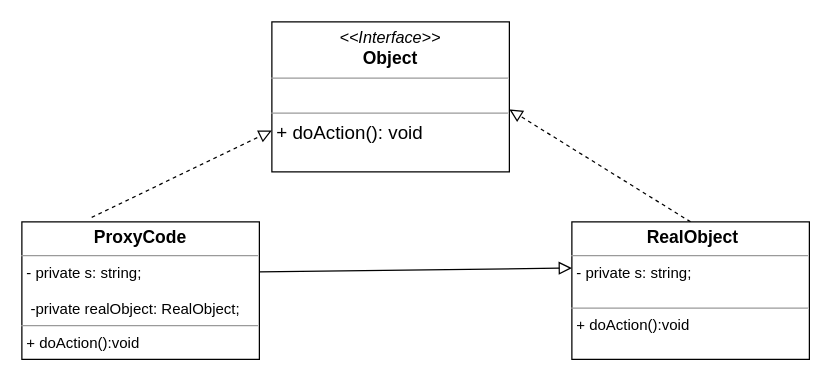
Above: structural/proxy/proxy.drawio in MaksShadows/Patterns (draw.io), before the change. Source tidied: cells renumbered, new cells numbered last; positions are measured from the earlier drawing's top-left corner, leaving out a move shared by most shapes. Both pictures are drawn from the tidied source at 125%, with x=0, y=0 at pixel (21, 21).
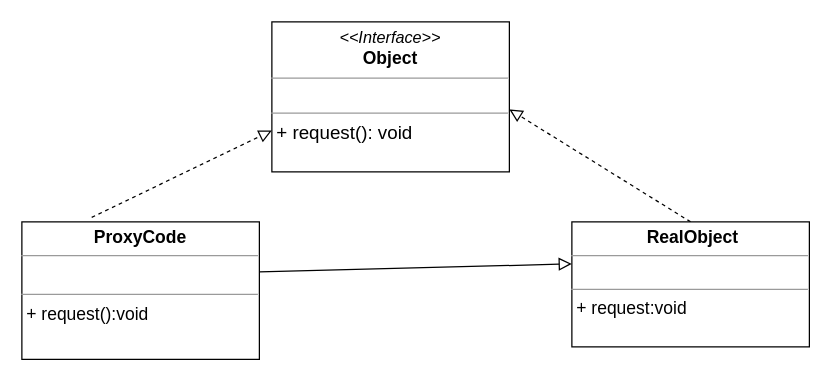
Above is the later version.

The edit, as a diff of the source:
```diff
@@
 <mxGraphModel>
   <root>
     <mxCell id="0" />
     <mxCell id="1" parent="0" />
-    <mxCell id="2" value="&lt;p style=&quot;margin: 0px ; margin-top: 4px ; text-align: center&quot;&gt;&lt;b&gt;&lt;font style=&quot;font-size: 14px&quot;&gt;ProxyCode&lt;/font&gt;&lt;/b&gt;&lt;br&gt;&lt;/p&gt;&lt;hr size=&quot;1&quot;&gt;&lt;p style=&quot;margin: 0px ; margin-left: 4px&quot;&gt;-&amp;nbsp;&lt;span&gt;private s: string;&lt;/span&gt;&lt;/p&gt;&lt;p style=&quot;margin: 0px ; margin-left: 4px&quot;&gt;&lt;span&gt;&lt;br&gt;&lt;/span&gt;&lt;/p&gt;&lt;p style=&quot;margin: 0px ; margin-left: 4px&quot;&gt;&lt;span&gt;&amp;nbsp;-private realObject: RealObject;&lt;br&gt;&lt;/span&gt;&lt;/p&gt;&lt;hr size=&quot;1&quot;&gt;&lt;p style=&quot;margin: 0px ; margin-left: 4px&quot;&gt;+&amp;nbsp;doAction():void&lt;/p&gt;" style="verticalAlign=top;align=left;overflow=fill;fontSize=12;fontFamily=Helvetica;html=1;" parent="1" vertex="1">
+    <mxCell id="2" value="&lt;p style=&quot;margin: 0px ; margin-top: 4px ; text-align: center&quot;&gt;&lt;b&gt;&lt;font style=&quot;font-size: 14px&quot;&gt;ProxyCode&lt;/font&gt;&lt;/b&gt;&lt;br&gt;&lt;/p&gt;&lt;hr size=&quot;1&quot;&gt;&lt;p style=&quot;margin: 0px ; margin-left: 4px&quot;&gt;&lt;/p&gt;&lt;font style=&quot;font-size: 14px&quot;&gt;&lt;br&gt;&lt;/font&gt;&lt;hr size=&quot;1&quot; style=&quot;font-size: 14px&quot;&gt;&lt;p style=&quot;margin: 0px ; margin-left: 4px&quot;&gt;&lt;font style=&quot;font-size: 14px&quot;&gt;+ request():void&lt;/font&gt;&lt;/p&gt;" style="verticalAlign=top;align=left;overflow=fill;fontSize=12;fontFamily=Helvetica;html=1;" parent="1" vertex="1">
       <mxGeometry y="160" width="190" height="110" as="geometry" />
     </mxCell>
     <mxCell id="3" style="endArrow=block;startArrow=none;endFill=0;startFill=0;endSize=8;html=1;verticalAlign=bottom;dashed=1;labelBackgroundColor=none;exitX=0.294;exitY=-0.033;exitDx=0;exitDy=0;exitPerimeter=0;entryX=0;entryY=0.588;entryDx=0;entryDy=0;entryPerimeter=0;" parent="1" edge="1" source="2">
       <mxGeometry relative="1" as="geometry">
         <mxPoint x="200" y="87" as="targetPoint" />
       </mxGeometry>
     </mxCell>
     <mxCell id="4" style="endArrow=block;startArrow=none;endFill=0;startFill=0;endSize=8;html=1;verticalAlign=bottom;dashed=1;labelBackgroundColor=none;exitX=0.5;exitY=0;exitDx=0;exitDy=0;entryX=1;entryY=0.5;entryDx=0;entryDy=0;" parent="1" edge="1" source="5">
       <mxGeometry relative="1" as="geometry">
         <mxPoint x="390" y="70" as="targetPoint" />
       </mxGeometry>
     </mxCell>
-    <mxCell id="5" value="&lt;p style=&quot;margin: 0px ; margin-top: 4px ; text-align: center&quot;&gt;&lt;span style=&quot;font-size: 14px&quot;&gt;&lt;b&gt;&amp;nbsp;RealObject&lt;/b&gt;&lt;/span&gt;&lt;br&gt;&lt;/p&gt;&lt;hr size=&quot;1&quot;&gt;&lt;p style=&quot;margin: 0px ; margin-left: 4px&quot;&gt;-&amp;nbsp;&lt;span&gt;private s: string;&lt;/span&gt;&lt;/p&gt;&lt;p style=&quot;margin: 0px ; margin-left: 4px&quot;&gt;&lt;br&gt;&lt;/p&gt;&lt;hr size=&quot;1&quot;&gt;&lt;p style=&quot;margin: 0px ; margin-left: 4px&quot;&gt;+&amp;nbsp;doAction():void&lt;/p&gt;" style="verticalAlign=top;align=left;overflow=fill;fontSize=12;fontFamily=Helvetica;html=1;" parent="1" vertex="1">
-      <mxGeometry x="440" y="160" width="190" height="110" as="geometry" />
+    <mxCell id="5" value="&lt;p style=&quot;margin: 0px ; margin-top: 4px ; text-align: center&quot;&gt;&lt;span style=&quot;font-size: 14px&quot;&gt;&lt;b&gt;&amp;nbsp;RealObject&lt;/b&gt;&lt;/span&gt;&lt;br&gt;&lt;/p&gt;&lt;hr size=&quot;1&quot;&gt;&lt;p style=&quot;margin: 0px ; margin-left: 4px&quot;&gt;&lt;br&gt;&lt;/p&gt;&lt;hr size=&quot;1&quot;&gt;&lt;p style=&quot;margin: 0px ; margin-left: 4px&quot;&gt;&lt;font style=&quot;font-size: 14px&quot;&gt;+ request:void&lt;/font&gt;&lt;/p&gt;" style="verticalAlign=top;align=left;overflow=fill;fontSize=12;fontFamily=Helvetica;html=1;" parent="1" vertex="1">
+      <mxGeometry x="440" y="160" width="190" height="100" as="geometry" />
     </mxCell>
-    <mxCell id="6" value="&lt;p style=&quot;margin: 4px 0px 0px ; text-align: center ; font-size: 14px&quot;&gt;&lt;i style=&quot;font-size: 13px&quot;&gt;&amp;lt;&amp;lt;Interface&amp;gt;&amp;gt;&lt;/i&gt;&lt;br&gt;&lt;b&gt;Object&lt;/b&gt;&lt;/p&gt;&lt;hr size=&quot;1&quot; style=&quot;font-size: 14px&quot;&gt;&lt;p style=&quot;margin: 0px ; margin-left: 4px&quot;&gt;&lt;br&gt;&lt;/p&gt;&lt;hr size=&quot;1&quot;&gt;&lt;p style=&quot;margin: 0px 0px 0px 4px&quot;&gt;&lt;font style=&quot;font-size: 15px&quot;&gt;+ doAction(): void&lt;/font&gt;&lt;br&gt;&lt;/p&gt;" style="verticalAlign=top;align=left;overflow=fill;fontSize=12;fontFamily=Helvetica;html=1;" parent="1" vertex="1">
+    <mxCell id="6" value="&lt;p style=&quot;margin: 4px 0px 0px ; text-align: center ; font-size: 14px&quot;&gt;&lt;i style=&quot;font-size: 13px&quot;&gt;&amp;lt;&amp;lt;Interface&amp;gt;&amp;gt;&lt;/i&gt;&lt;br&gt;&lt;b&gt;Object&lt;/b&gt;&lt;/p&gt;&lt;hr size=&quot;1&quot; style=&quot;font-size: 14px&quot;&gt;&lt;p style=&quot;margin: 0px ; margin-left: 4px&quot;&gt;&lt;br&gt;&lt;/p&gt;&lt;hr size=&quot;1&quot;&gt;&lt;p style=&quot;margin: 0px 0px 0px 4px&quot;&gt;&lt;font style=&quot;font-size: 15px&quot;&gt;+ request(): void&lt;/font&gt;&lt;br&gt;&lt;/p&gt;" style="verticalAlign=top;align=left;overflow=fill;fontSize=12;fontFamily=Helvetica;html=1;" parent="1" vertex="1">
       <mxGeometry x="200" width="190" height="120" as="geometry" />
     </mxCell>
     <mxCell id="7" style="endArrow=block;html=1;rounded=0;align=center;verticalAlign=bottom;endFill=0;labelBackgroundColor=none;endSize=8;entryX=0;entryY=0.336;entryDx=0;entryDy=0;entryPerimeter=0;" parent="1" edge="1" target="5">
       <mxGeometry x="-0.62" y="-60" relative="1" as="geometry">
         <mxPoint x="190" y="200" as="sourcePoint" />
       </mxGeometry>
     </mxCell>
   </root>
 </mxGraphModel>
```
